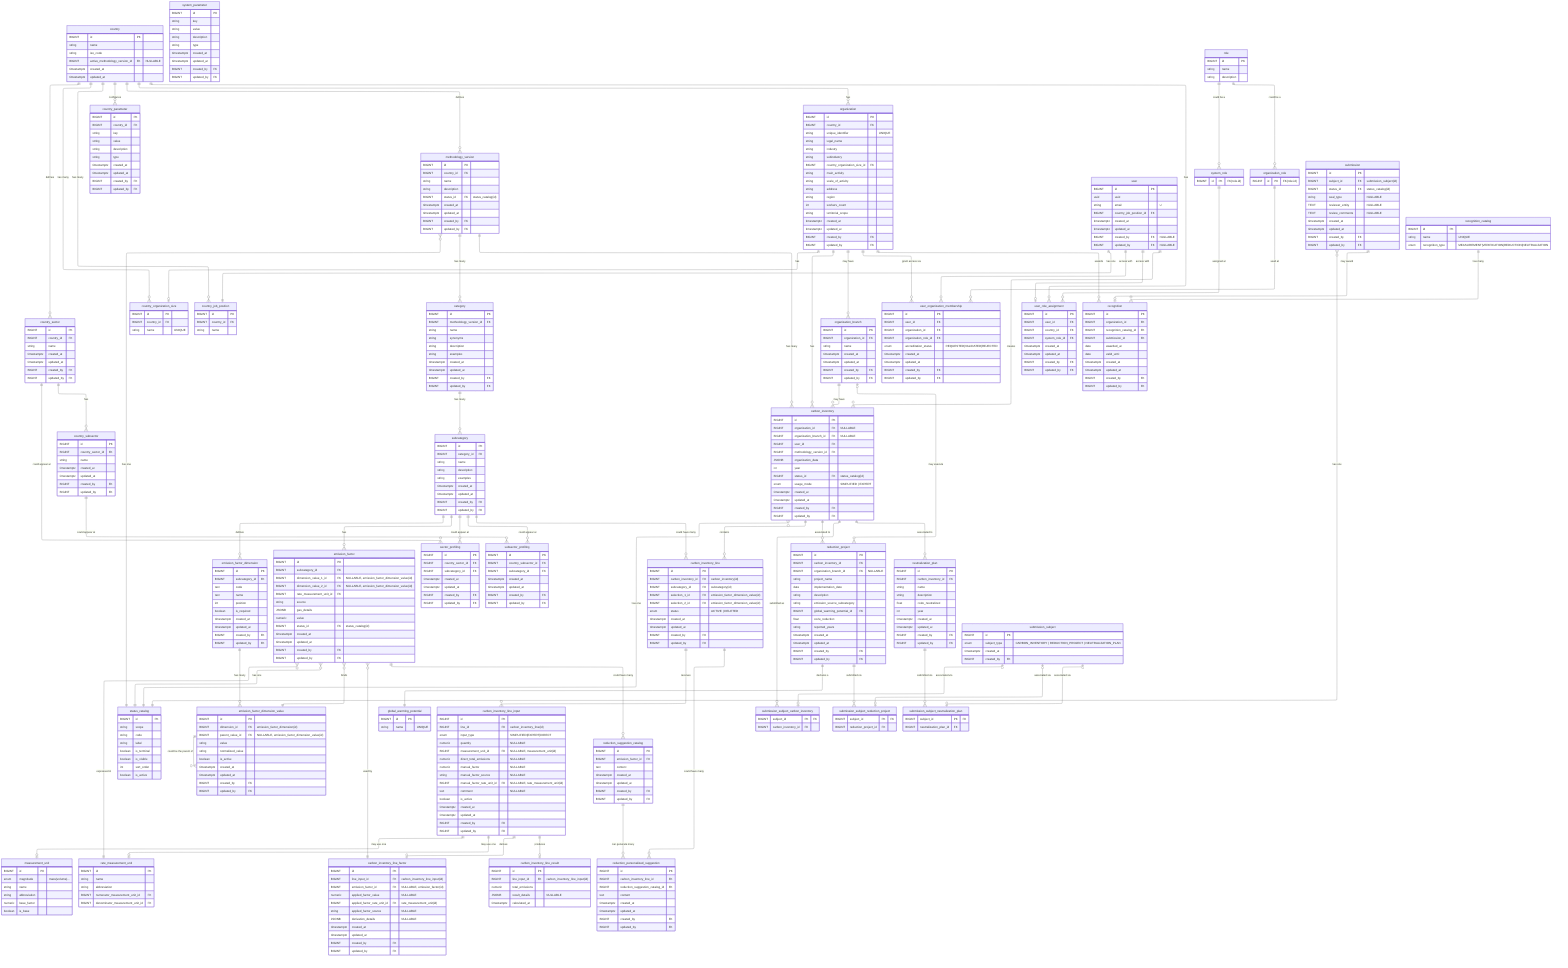
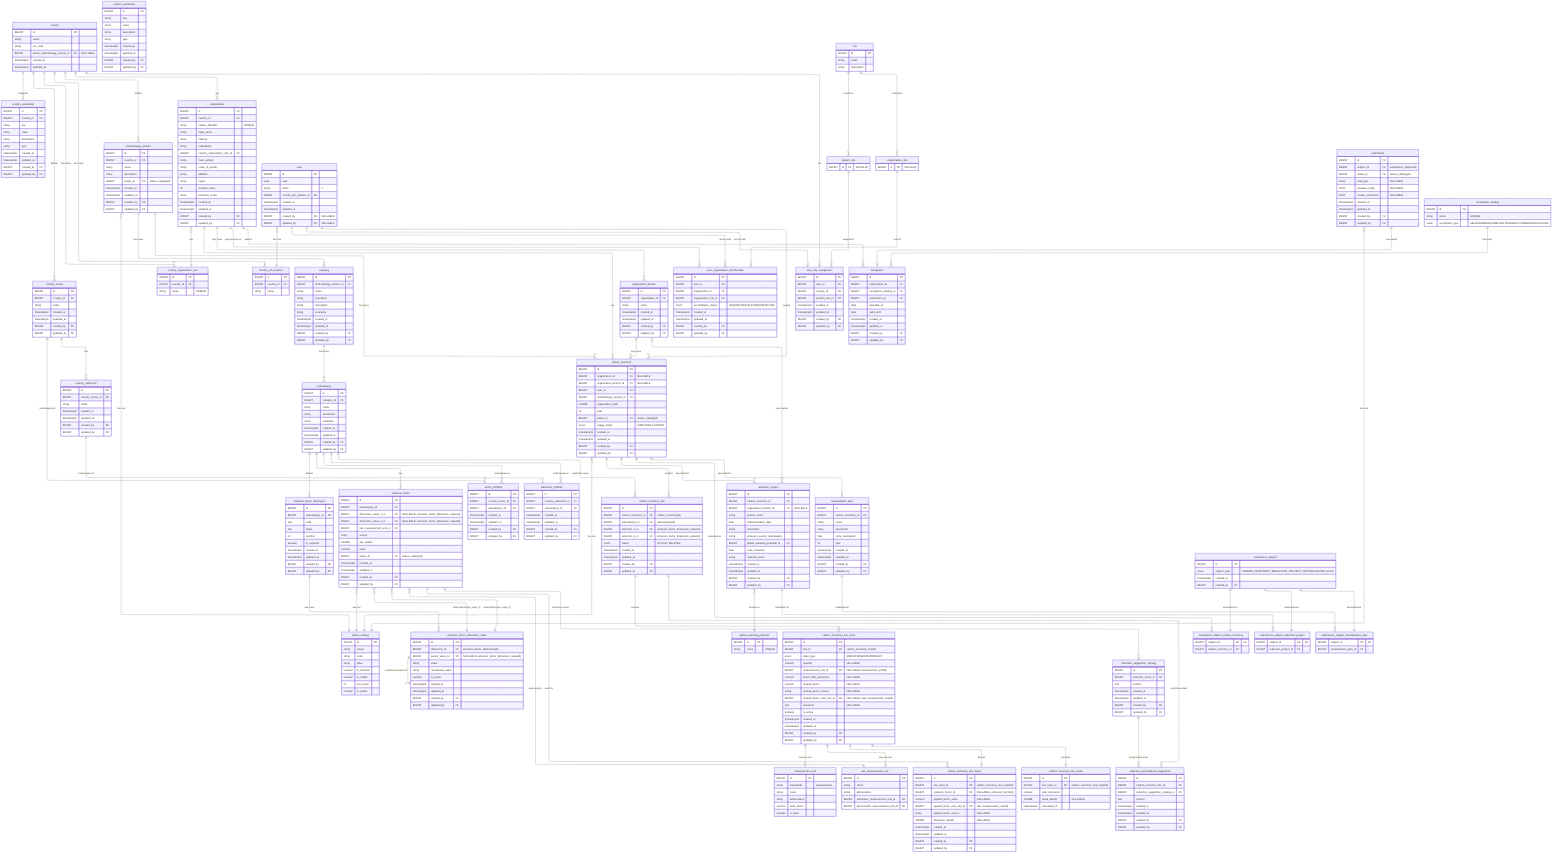
---
config:
  layout: elk
---
erDiagram
	direction TB

	%% ============================================================
	%% DEPRECATED TABLES
	%% ------------------------------------------------------------
	%% The following tables are kept for historical reference only:
	%% - carbon_inventory_detail
	%% They MUST NOT be used for new features.
	%% ============================================================
	%% carbon_inventory_detail {
	%% 	  BIGINT id PK ""
	%% 	  BIGINT carbon_inventory_id FK ""
	%% 	  BIGINT subcategory_id FK ""
	%% 	  enum type "DETAILED | TOTAL"
	%% 	  string first_selection "NULLABLE"
	%% 	  string second_selection "NULLABLE"
	%% 	  float quantity  "NULLABLE"
	%% 	  BIGINT measurement_unit_id FK "NULLABLE"
	%% 	  float factor "NULLABLE"
	%% 	  BIGINT factor_rate_measurement_unit_id FK "NULLABLE"
	%% 	  string factor_source "NULLABLE"
	%% 	  BIGINT emission_factor_id FK "NULLABLE"
	%% 	  float total_emissions "NULLABLE"
	%% 	  text comment  "NULLABLE"
	%% 	  BIGINT status_id FK "status_catalog(id)"
	%% 	  %% Restricciones:
	%% 	  %% Si type==SIMPLIFIED, el usuario llenará first_selection, second_selection, quantity, measurement_unit_id y la plataforma automáticamente escogerá un emission_factor_id y copiará el valor del factor, lo transformará a la misma unidad de medida del usuario y llenará factor y factor_rate_measurement_unit_id. Finalmente hará el P*Q y llenará total_emissions
	%% 	  %% Si type==EXPERT, el usuario llenará first_selection, second_selection, quantity, measurement_unit_id, factor y el factor_source. El factor_rate_measurement_unit_id se escogerá automáticamente según el measurement_unit_id. emission_factor_id será NULL. Finalmente la plataforma hará el P*Q y llenará total_emissions
	%% 	  %% Si type==DIRECT, todas las columnas serán NULL y el usuario ingresará el valor directo a total_emissions.
	%% 	  %% Alternar el type no modificará las filas, sino que marcará las actuales como status=OUTDATED y creará nuevas filas con el type adecuado (si no existen aún). Si ya existían, las recuperará a ACTIVE.
	%% 	  %% Todas las filas con status ACTIVE deben ser del mismo type.
	%% 	  %% Las filas DELETED nunca se recuperan, quedan para trazabilidad.
	%% }

	%% ============================================================
	%% Design Principles
	%% ============================================================

	%% 🔷 Core Modeling Principles
	%% 	1.	Each table has a single, well-defined responsibility
	%% Tables are designed to represent one concept only (e.g. configuration, input, result, workflow), avoiding mixed concerns.

	%% 	2.	Relationships reflect real business rules, not just foreign keys
	%% Cardinalities and optionality are chosen to express domain constraints, not merely technical implementation details.

	%% 	3.	Nullability is intentional and meaningful
	%% Nullable fields indicate valid domain states (e.g. optional associations, draft data), not incomplete design.

	%% ⸻

	%% 🔷 Configuration & Reference Data
	%% 	4.	Reference data is normalized and centralized
	%% Shared concepts (statuses, units, potentials) are defined once and reused across the system.

	%% 	5.	Volatile enums are modeled as tables, not database ENUMs
	%% Any value expected to evolve (statuses, workflows) is stored in catalog tables to avoid schema migrations.

	%% 	6.	Stable physical concepts may use ENUMs
	%% Concepts that are scientifically stable (e.g. unit magnitude, usage mode) may use database ENUMs for safety and clarity.

	%% ⸻

	%% 🔷 Methodology & Emission Factors

	%% 	7.	Methodology is versioned and country-scoped
	%% All categories, subcategories, and factors belong to a specific methodology version tied to a country.

	%% 	8.	Emission factors are defined by standardized dimensions, not free text
	%% User selections and factor matching are driven by normalized dimension values to ensure consistency and correctness.

	%% 	9.	Dimension cardinality reflects domain reality, not generic flexibility
	%% Emission factors support up to two dimensions by design, matching current methodology requirements and admin workflows.

	%% 	10.	Administrative workflows are hierarchical and sequential
	%% New entities are created top-down (category → subcategory → dimension → value → factor), enforcing consistency at each level.

	%% ⸻

	%% 🔷 Inventory & Calculation

	%% 	11.	Input, factor selection, and results are modeled as separate concerns
	%% User input, factor derivation, and calculated results are stored in distinct tables for clarity and auditability.

	%% 	12.	Results are always derived from immutable input snapshots
	%% Calculated emissions reference the exact input used, ensuring reproducibility even if inputs change later.

	%% 	13.	Historical data is preserved; updates create new versions
	%% Changes do not overwrite previous data but create new records, maintaining a complete audit trail.

	%% ⸻

	%% 🔷 Workflow & Submissions

	%% 	14.	Workflows are modeled as data, not booleans
	%% Submissions, approvals, and recognitions are represented explicitly rather than inferred from flags.

	%% 	15.	Polymorphism is handled via explicit subject tables
	%% Submissions reference a generic subject entity with concrete subtype tables, avoiding nullable polymorphic foreign keys.

	%% 	16.	Recognitions are awarded based on submissions, not raw entities
	%% This ensures all awards are traceable to a validated review process.

	%% ⸻

	%% 🔷 Audit & Governance

	%% 	17.	Audit fields are applied based on responsibility and mutability
	%% Operational tables are auditable; reference and system-owned tables may omit audit fields by design.

	%% 	18.	System-generated data does not pretend to have an author
	%% Automatically calculated results record timestamps but not created_by or updated_by.

	%% 	19.	Database constraints enforce correctness wherever possible
	%% Uniqueness, consistency, and invariants are enforced at the database level rather than relying solely on application logic.


	%% ⸻

	%% 🔷 Evolution & Maintainability

	%% 	20.	Design favors clarity and correctness over premature generalization
	%% Flexibility is introduced only when driven by real domain requirements, not hypothetical future use cases.

	%% 	21.	Future extensions are possible without breaking existing data
	%% The model anticipates evolution (e.g. new methodologies, new workflows) while keeping current usage simple and explicit.

	%% ⸻

	%% These principles are intentional.
	%% Changes to the model should preserve these invariants unless there is a clear domain-driven reason to evolve them.

	%% ============================================================
	%% 🟦 Country & configuration (7)
	%% ============================================================

	country {
		BIGINT id PK ""
		string name  ""
		string iso_code  ""
		BIGINT active_methodology_version_id FK "NULLABLE"
		timestamptz created_at  ""
		timestamptz updated_at  ""
	}

	country_parameter {
		BIGINT id PK ""
		BIGINT country_id FK ""
		string key  ""
		string value  ""
		string description  ""
		string type  ""
		timestamptz created_at  ""
		timestamptz updated_at  ""
		BIGINT created_by FK ""
		BIGINT updated_by FK ""
	}

	system_parameter {
		BIGINT id PK ""
		string key  ""
		string value  ""
		string description  ""
		string type  ""
		timestamptz created_at  ""
		timestamptz updated_at  ""
		BIGINT created_by FK ""
		BIGINT updated_by FK ""
	}

	country_sector {
		BIGINT id PK ""
		BIGINT country_id FK ""
		string name  ""
		timestamptz created_at  ""
		timestamptz updated_at  ""
		BIGINT created_by FK ""
		BIGINT updated_by FK ""
	}

	country_subsector {
		BIGINT id PK ""
		BIGINT country_sector_id FK ""
		string name  ""
		timestamptz created_at  ""
		timestamptz updated_at  ""
		BIGINT created_by FK ""
		BIGINT updated_by FK ""
	}

	country_organization_size {
		BIGINT id PK ""
		BIGINT country_id FK ""
		string name  "UNIQUE"
	}

	country_job_position {
		BIGINT id PK ""
		BIGINT country_id FK ""
		string name  ""
	}

	%% Postgres ENUM is great when values are stable forever (e.g., magnitude = mass|volume|energy). It becomes painful when values are product-managed and will evolve (status workflows, modes, etc.).
	status_catalog {
		BIGINT id PK ""
		%% Like: SUBMISSION | CARBON_INVENTORY | ENTITY
		string scope
		%% Like: DRAFT, ACTIVE, DELETED, OUTDATED, SUBMITTED, APPROVED, REJECTED, ...
		string code
		string label
		boolean is_terminal ""
		boolean is_visible ""
		int sort_order ""
		boolean is_active ""
		%% UNIQUE(scope, code)
		%% To prevent misuse we will use convention & tests
		%% To avoid misuse we will implement DB trigger to validate status.scope against the referencing table
	}

	%% ============================================================
	%% 🟩 Methodology & factors (9)
	%% ============================================================

	methodology_version {
		BIGINT id PK ""
		BIGINT country_id FK ""
		string name  ""
		string description  ""
		%% Uses all status values
		BIGINT status_id FK "status_catalog(id)"
		timestamptz created_at  ""
		timestamptz updated_at  ""
		BIGINT created_by FK ""
		BIGINT updated_by FK ""
		%% Enforce via trigger at most 1 active per country
- 		%% Enforce somehow country's active_methodology_version_id must point to ACTIVE
+ 		%% Enforce via DB trigger on country table: validates country.active_methodology_version_id (when NOT NULL) references a methodology_version row where status_id points to status_catalog with code='ACTIVE'. Trigger runs BEFORE INSERT/UPDATE on country, raises error if validation fails. Implementation: CREATE TRIGGER validate_country_active_methodology_version BEFORE INSERT OR UPDATE ON country FOR EACH ROW EXECUTE FUNCTION check_active_methodology_version_status()
	}

	category {
		BIGINT id PK ""
		BIGINT methodology_version_id FK ""
		string name  ""
		%% just for displaying
		string synonyms ""
		%% just for displaying
		string description  ""
		%% just for displaying
		string examples ""
		timestamptz created_at  ""
		timestamptz updated_at  ""
		BIGINT created_by FK ""
		BIGINT updated_by FK ""
	}

	subcategory {
		BIGINT id PK ""
		BIGINT category_id FK ""
		string name  ""
		%% just for displaying
		string description  ""
		%% just for displaying
		string examples ""
		timestamptz created_at  ""
		timestamptz updated_at  ""
		BIGINT created_by FK ""
		BIGINT updated_by FK ""
	}

	emission_factor_dimension {
		BIGINT id PK ""
		BIGINT subcategory_id FK ""
		%% Like: FUEL_GROUP, FUEL_TYPE, GAS_TYPE
		text code ""
		%% Like: Tipo de combustible, Tipo de gas
		text name ""
		%% Like: 1, 2, 3 (order in UI & logic)
		int position ""
		boolean is_required ""
		timestamptz created_at  ""
		timestamptz updated_at  ""
		BIGINT created_by FK ""
		BIGINT updated_by FK ""
		%% UNIQUE(subcategory_id, position),
		%% UNIQUE(subcategory_id, code)
	}

	emission_factor_dimension_value {
		BIGINT id PK ""
		BIGINT dimension_id FK "emission_factor_dimension(id)"
		BIGINT parent_value_id FK "NULLABLE, emission_factor_dimension_value(id)"
		%% Like: Natural gas, Diesel, Kerosene, etc
		string value ""
		string normalized_value ""
		boolean is_active ""
		timestamptz created_at  ""
		timestamptz updated_at  ""
		BIGINT created_by FK ""
		BIGINT updated_by FK ""
		%% UNIQUE(dimension_id, normalized_value)
	}

	emission_factor {
		BIGINT id PK ""
		BIGINT subcategory_id FK ""
		%% Emission factors currently support up to two dimensions via fixed columns.
		%% A binding table was considered for unbounded dimensions but intentionally not used to keep queries and constraints simple.
		BIGINT dimension_value_1_id FK "NULLABLE, emission_factor_dimension_value(id)"
		BIGINT dimension_value_2_id FK "NULLABLE, emission_factor_dimension_value(id)"
		BIGINT rate_measurement_unit_id FK ""
		string source  ""
		JSONB gas_details ""
		numeric value  ""
		%% Uses all status values
		BIGINT status_id FK "status_catalog(id)"
		timestamptz created_at  ""
		timestamptz updated_at  ""
		BIGINT created_by FK ""
		BIGINT updated_by FK ""
		%% Enforce UNIQUE (subcategory_id, dimension_value_1_id, dimension_value_2_id) WHERE status = 'ACTIVE'
	}

	sector_profiling {
		BIGINT id PK ""
		BIGINT country_sector_id FK ""
		BIGINT subcategory_id FK ""
		timestamptz created_at  ""
		timestamptz updated_at  ""
		BIGINT created_by FK ""
		BIGINT updated_by FK ""
		%% UNIQUE(country_sector_id, subcategory_id)
	}

	subsector_profiling {
		BIGINT id PK ""
		BIGINT country_subsector_id FK ""
		BIGINT subcategory_id FK ""
		timestamptz created_at  ""
		timestamptz updated_at  ""
		BIGINT created_by FK ""
		BIGINT updated_by FK ""
		%% UNIQUE(country_subsector_id, subcategory_id)
	}

	measurement_unit {
		BIGINT id PK ""
		enum magnitude  "mass|volume|..."
		string name  ""
		string abbreviation  ""
		numeric base_factor  ""
		boolean is_base  ""
		%% Enforce UNIQUE (magnitude) WHERE is_base = true
	}

	rate_measurement_unit {
		BIGINT id PK ""
		string name  ""
		string abbreviation  ""
		BIGINT numerator_measurement_unit_id FK ""
		BIGINT denominator_measurement_unit_id FK ""
	}

	global_warming_potential {
		BIGINT id PK ""
		string name "UNIQUE"
		%% AR4, AR5, etc...
	}

	%% ============================================================
	%% 🟨 Organizations & users (8)
	%% ============================================================

	organization {
		BIGINT id PK ""
		BIGINT country_id FK ""
		string unique_identifier  "UNIQUE"
		string legal_name  ""
		string industry  ""
		string subindustry  ""
		BIGINT country_organization_size_id FK ""
		string main_activity  ""
		string scale_of_activity  ""
		string address  ""
		string region  ""
		int workers_count  ""
		string territorial_scope  ""
		timestamptz created_at  ""
		timestamptz updated_at  ""
		BIGINT created_by FK ""
		BIGINT updated_by FK ""
	}

	organization_branch {
		BIGINT id PK ""
		BIGINT organization_id FK ""
		string name  ""
		timestamptz created_at  ""
		timestamptz updated_at  ""
		BIGINT created_by FK ""
		BIGINT updated_by FK ""
	}

	user {
		BIGINT id PK ""
		uuid uuid  ""
		string email  "U"
		BIGINT country_job_position_id FK ""
		timestamptz created_at  ""
		timestamptz updated_at  ""
		BIGINT created_by FK "NULLABLE"
		BIGINT updated_by FK "NULLABLE"
	}

	%% abstract parent table
	role {
		BIGINT id PK ""
		string name ""
		string description ""
	}

	system_role {
		BIGINT id PK "FK(role.id)"
	}

	organization_role {
		BIGINT id PK "FK(role.id)"
	}

	user_organization_membership {
		BIGINT id PK ""
		BIGINT user_id FK ""
		BIGINT organization_id FK ""
		BIGINT organization_role_id FK ""
		enum accreditation_status  "REQUESTED|VALIDATED|REJECTED"
		timestamptz created_at  ""
		timestamptz updated_at  ""
		BIGINT created_by FK ""
		BIGINT updated_by FK ""
		%% UNIQUE(user_id, organization_id, organization_role_id)
	}

	user_role_assignment {
		BIGINT id PK ""
		BIGINT user_id FK ""
		BIGINT country_id FK ""
		BIGINT system_role_id FK ""
		timestamptz created_at  ""
		timestamptz updated_at  ""
		BIGINT created_by FK ""
		BIGINT updated_by FK ""
		%% UNIQUE(user_id, country_id, system_role_id)
	}

	%% ============================================================
	%% 🟧 Inventory & calculation (9)
	%% ============================================================

	%% organization & organization_branch will be NULL when user does not belongs to any org.
	carbon_inventory {
		BIGINT id PK ""
		BIGINT organization_id FK "NULLABLE"
		BIGINT organization_branch_id FK "NULLABLE"
		BIGINT user_id FK ""
		BIGINT methodology_version_id FK ""
		JSONB organization_data  ""
		int year  ""
		BIGINT status_id FK "status_catalog(id)"
		%% Using an enum because we are 100% sure it will never change
		enum usage_mode  "SIMPLIFIED | EXPERT"
		timestamptz created_at  ""
		timestamptz updated_at  ""
		BIGINT created_by FK ""
		BIGINT updated_by FK ""
		%% CHECK ((organization_id IS NOT NULL AND organization_branch_id IS NULL) OR (organization_branch_id IS NOT NULL))
	}

	%% A “line” represents what is being measured (subcategory + optional selections) for a given inventory.
	%% We do not store quantities/factors here. It’s the anchor.
	carbon_inventory_line {
		BIGINT id PK ""
		BIGINT carbon_inventory_id FK "carbon_inventory(id)"
		BIGINT subcategory_id FK "subcategory(id)"

		%% the "dimension selections" (more on dimension standardization in section 4)
		BIGINT selection_1_id FK "emission_factor_dimension_value(id)"
		BIGINT selection_2_id FK "emission_factor_dimension_value(id)"

		enum status "ACTIVE | DELETED"
		timestamptz created_at  ""
		timestamptz updated_at  ""
		BIGINT created_by FK ""
		BIGINT updated_by FK ""
		%% Avoid duplicate active lines for same inventory+subcategory+selections
		%% UNIQUE(carbon_inventory_id, subcategory_id, selection_1_id, selection_2_id) WHERE status='ACTIVE'
	}

	carbon_inventory_line_input {
		BIGINT id PK ""
		BIGINT line_id FK "carbon_inventory_line(id)"
		enum input_type "SIMPLIFIED|EXPERT|DIRECT"
		numeric quantity "NULLABLE"
		BIGINT measurement_unit_id FK "NULLABLE, measurement_unit(id)"

		%% For DIRECT mode:
		numeric direct_total_emissions "NULLABLE"

		%% For EXPERT mode:
		numeric manual_factor "NULLABLE"
		string manual_factor_source "NULLABLE"
		BIGINT manual_factor_rate_unit_id FK "NULLABLE, rate_measurement_unit(id)"

		text comment "NULLABLE"
		boolean is_active ""
		timestamptz created_at  ""
		timestamptz updated_at  ""
		BIGINT created_by FK ""
		BIGINT updated_by FK ""
		%% Enforce only one active input per line: UNIQUE(line_id) WHERE is_active = true
	}

	%% This stores “what factor did we use, after conversions, and why” so results are reproducible.
	carbon_inventory_line_factor {
		BIGINT id PK ""
		BIGINT line_input_id FK "carbon_inventory_line_input(id)"

		%% chosen factor: either from catalog (simplified) or null for expert/direct
		BIGINT emission_factor_id FK "NULLABLE, emission_factor(id)"

		%% normalized factor actually used in the computation (post-conversion)
		numeric applied_factor_value "NULLABLE"
		BIGINT applied_factor_rate_unit_id FK "rate_measurement_unit(id)"
		string applied_factor_source "NULLABLE"

		%% optionally store a JSON blob explaining conversion steps for auditability
		JSONB derivation_details "NULLABLE"

		timestamptz created_at  ""
		timestamptz updated_at  ""
		BIGINT created_by FK ""
		BIGINT updated_by FK ""
		%% Enforce 1 factor row per input: UNIQUE(line_input_id)
	}

	carbon_inventory_line_result {
		BIGINT id PK ""
		BIGINT line_input_id FK "carbon_inventory_line_input(id)"
		numeric total_emissions ""
		%% optionally store breakdown: per-gas, CO2e, etc.
		JSONB result_details "NULLABLE"
		timestamptz calculated_at ""
		%% Ensure 1 result per input: UNIQUE(line_input_id)
	}

	reduction_suggestion_catalog {
		BIGINT id PK ""
		BIGINT emission_factor_id FK ""
		text content  ""
		timestamptz created_at  ""
		timestamptz updated_at  ""
		BIGINT created_by FK ""
		BIGINT updated_by FK ""
	}

	%% We plan to create these suggestion with AI
	reduction_personalized_suggestion {
		BIGINT id PK ""
		BIGINT carbon_inventory_line_id FK ""
		BIGINT reduction_suggestion_catalog_id FK ""
		text content  ""
		timestamptz created_at  ""
		timestamptz updated_at  ""
		BIGINT created_by FK ""
		BIGINT updated_by FK ""
	}

	reduction_project {
		BIGINT id PK ""
		BIGINT carbon_inventory_id FK ""
		BIGINT organization_branch_id FK "NULLABLE"
		string project_name  ""
		date implementation_date  ""
		string description  ""
		string emission_source_subcategory  ""
		BIGINT global_warming_potential_id FK ""
		float co2e_reduction  ""
		string reported_years  ""
		timestamptz created_at  ""
		timestamptz updated_at  ""
		BIGINT created_by FK ""
		BIGINT updated_by FK ""
	}

	neutralization_plan {
		BIGINT id PK ""
		BIGINT carbon_inventory_id FK ""
		string name  ""
		string description  ""
		float co2e_neutralized  ""
		int year  ""
		timestamptz created_at  ""
		timestamptz updated_at  ""
		BIGINT created_by FK ""
		BIGINT updated_by FK ""
	}

	%% ============================================================
	%% 🟥 Submissions & recognition (7)
	%% ============================================================

	%% Read the docs about the submissions model design here: https://www.notion.so/Modelo-E-R-para-Submissions-2d318d2c8901805ab8f9eed2a9d9d702?source=copy_link
	%% The data within this table is immutable once created
	submission_subject {
		BIGINT id PK ""
		enum subject_type "CARBON_INVENTORY | REDUCTION_PROJECT | NEUTRALIZATION_PLAN"
		timestamptz created_at  ""
		BIGINT created_by FK ""
	}

	%% The data within this table is immutable once created
	submission_subject_carbon_inventory {
		BIGINT subject_id PK "FK"
		BIGINT carbon_inventory_id FK ""
	}

	%% The data within this table is immutable once created
	submission_subject_reduction_project {
		BIGINT subject_id PK "FK"
		BIGINT reduction_project_id FK ""
	}

	%% The data within this table is immutable once created
	submission_subject_neutralization_plan {
		BIGINT subject_id PK "FK"
		BIGINT neutralization_plan_id FK ""
	}

	submission {
		BIGINT id PK ""
		BIGINT subject_id FK "submission_subject(id)"
		BIGINT status_id FK "status_catalog(id)"
		string seal_type  "NULLABLE"
		TEXT reviewer_entity "NULLABLE"
		TEXT review_comments "NULLABLE"
		timestamptz created_at  ""
		timestamptz updated_at  ""
		BIGINT created_by FK ""
		BIGINT updated_by FK ""
	}

	recognition_catalog {
		BIGINT id PK ""
		string name "UNIQUE"
		enum recognition_type  "MEASUREMENT|VERIFICATION|REDUCTION|NEUTRALIZATION"
	}

	recognition {
		BIGINT id PK ""
		BIGINT organization_id FK ""
		BIGINT recognition_catalog_id FK ""
		BIGINT submission_id FK ""
		date awarded_at  ""
		date valid_until  ""
		timestamptz created_at  ""
		timestamptz updated_at  ""
		BIGINT created_by FK ""
		BIGINT updated_by FK ""
	}

	%% ============================================================
	%% Others
	%% ============================================================


%% ============================================================
%% Relationships
%% ============================================================

country
	country ||--o{ country_parameter : "configures"
	country ||--o{ country_sector : "defines"
	country ||--o{ methodology_version : "defines"
	country ||--o{ organization : "has"
	country ||--o{ user_role_assignment : "has"
	country ||--o{ country_organization_size: "has many"
	country ||--o{ country_job_position : "has many"

country_sector
	country_sector ||--o{ country_subsector : "has"
	country_sector ||--o{ sector_profiling : "could appear at"

country_subsector
	country_subsector ||--o{ subsector_profiling : "could appear at"

organization
	organization ||--o{ carbon_inventory : "has"
	organization ||--o{ organization_branch : "may have"
	organization ||--o{ recognition : "awards"
	organization ||--o{ user_organization_membership : "grant access via"
- 	organization ||--o| country_organization_size : "has"
+ 	organization }o--|| country_organization_size : "has"

organization_branch
	organization_branch |o--o{ reduction_project : "may execute"
	organization_branch ||--o{ carbon_inventory : "may have"

recognition_catalog
	recognition_catalog ||--o{ recognition  : "has many"

role
	role ||--o{ system_role : "could be a"
	role ||--o{ organization_role : "could be a"
	organization_role ||--o{ user_organization_membership : "used at"
	system_role ||--o{ user_role_assignment : "assigned at"

user
	user ||--o{ carbon_inventory : "creates"
	user ||--o{ user_organization_membership : "access with"
- 	user ||--|| country_job_position : "has one"
+ 	user }o--|| country_job_position : "has one"
	user ||--o| user_role_assignment : "access with"

methodology_version
	methodology_version ||--o{ carbon_inventory : "has many"
	methodology_version ||--o{ category : "has many"
	methodology_version }o--|| status_catalog : "has one"

category
	category ||--o{ subcategory : "has many"

subcategory
	subcategory ||--o{ emission_factor_dimension: "defines"
	%% A subcategory may exist with zero emission factors:
	subcategory ||--o{ emission_factor: "has"
	subcategory ||--o{ sector_profiling: "could appear at"
	subcategory ||--o{ subsector_profiling: "could appear at"
	subcategory ||--o{ carbon_inventory_line: "could have many"

emission_factor_dimension
	emission_factor_dimension ||--o{ emission_factor_dimension_value : "has many"

emission_factor_dimension_value
	emission_factor_dimension_value ||--o{ emission_factor_dimension_value : "could be the parent of"

emission_factor
	emission_factor ||--o{ reduction_suggestion_catalog : "could have many"
- 	emission_factor }o--|| carbon_inventory_line_factor : "used by"
+ 	emission_factor ||--o{ carbon_inventory_line_factor : "used by"
	emission_factor }o--|| rate_measurement_unit : "expressed in"
	emission_factor }o--|| status_catalog : "has one"
	%% At most 2 values, depending on subcategory configuration:
- 	emission_factor }o--|| emission_factor_dimension_value : "binds"
+ 	emission_factor }o--|| emission_factor_dimension_value : "binds (dimension_value_1)"
+ 	emission_factor }o--|| emission_factor_dimension_value : "binds (dimension_value_2)"

carbon_inventory
	carbon_inventory ||--o{ carbon_inventory_line: "contains"
	carbon_inventory ||--o{ submission_subject_carbon_inventory: "submitted as"
	carbon_inventory ||--o{ neutralization_plan: "associated to"
	carbon_inventory ||--o{ reduction_project: "associated to"
	carbon_inventory }o--|| status_catalog: "has one"

carbon_inventory_line
	carbon_inventory_line ||--o{ reduction_personalized_suggestion: "could have many"
	carbon_inventory_line ||--o{ carbon_inventory_line_input: "receives"

carbon_inventory_line_input
	carbon_inventory_line_input ||--o| measurement_unit: "may use one"
	carbon_inventory_line_input ||--o| rate_measurement_unit: "may use one"
	carbon_inventory_line_input ||--o| carbon_inventory_line_factor: "derives"
	carbon_inventory_line_input ||--o| carbon_inventory_line_result: "produces"

submission_subject
- 	submission_subject |o--o| submission_subject_carbon_inventory : "associated via"
- 	submission_subject |o--o| submission_subject_reduction_project : "associated via"
- 	submission_subject |o--o| submission_subject_neutralization_plan : "associated via"
+ 	submission_subject ||--|| submission_subject_carbon_inventory : "associated via"
+ 	submission_subject ||--|| submission_subject_reduction_project : "associated via"
+ 	submission_subject ||--|| submission_subject_neutralization_plan : "associated via"

submission
	submission ||--o| recognition: "may award"
	submission }o--|| status_catalog: "has one"

neutralization_plan
	neutralization_plan ||--o{ submission_subject_neutralization_plan : "submitted via"

reduction_project
	reduction_project ||--o{ submission_subject_reduction_project : "submitted via"
- 	reduction_project ||--|| global_warming_potential : "declares a"
+ 	reduction_project }o--|| global_warming_potential : "declares a"

reduction_suggestion_catalog
	reduction_suggestion_catalog ||--o{ reduction_personalized_suggestion : "can generate many"